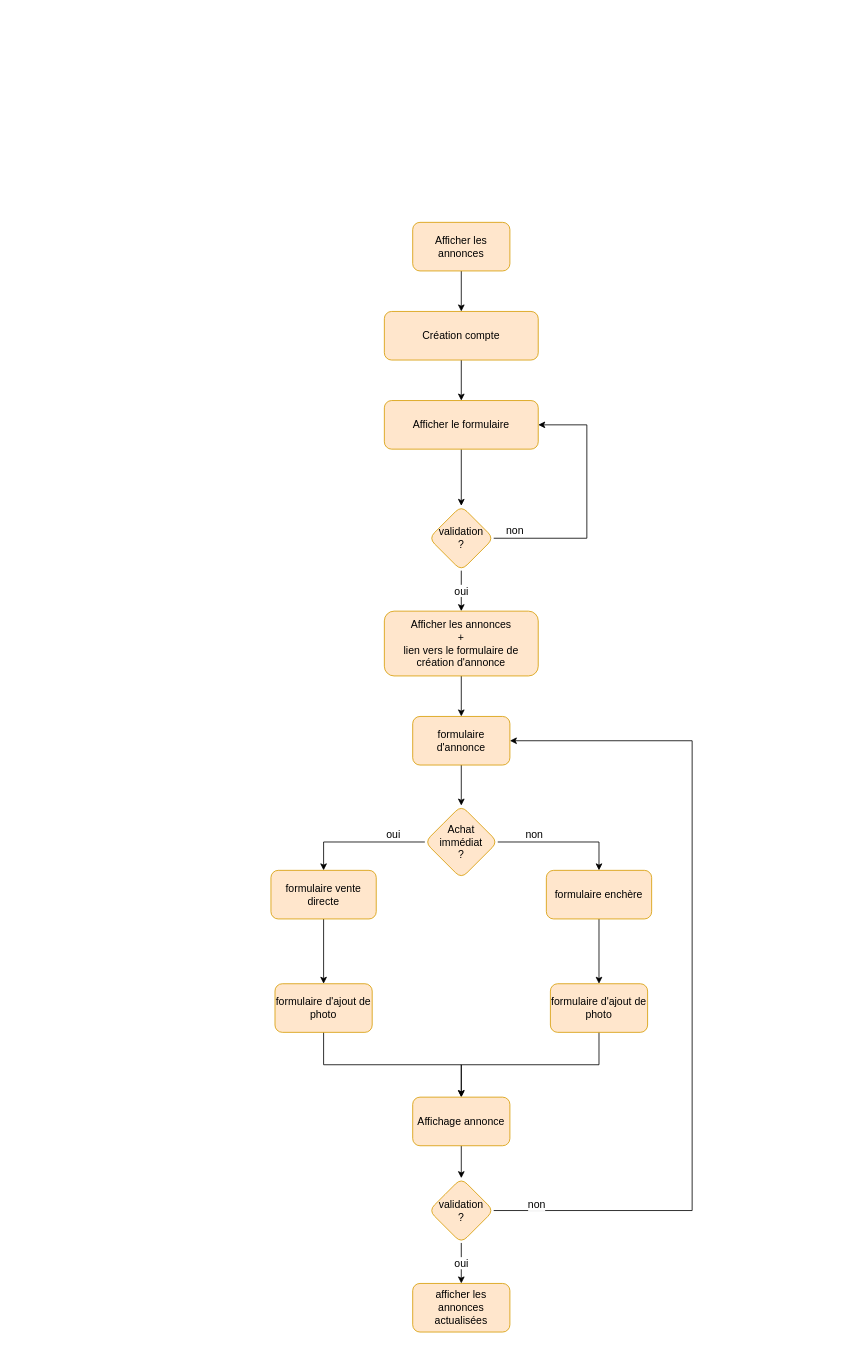
This is page "Use_Case" (3 of 3) of Untitled Diagram.drawio from Spirulineman/Le_meilleur_coin.com, a draw.io file, before an edit. Source tidied: cells renumbered, new cells numbered last; positions are measured from the earlier drawing's top-left corner, leaving out a move shared by most shapes. Both pictures are drawn from the tidied source at 81%, with x=0, y=0 at pixel (271, 222).
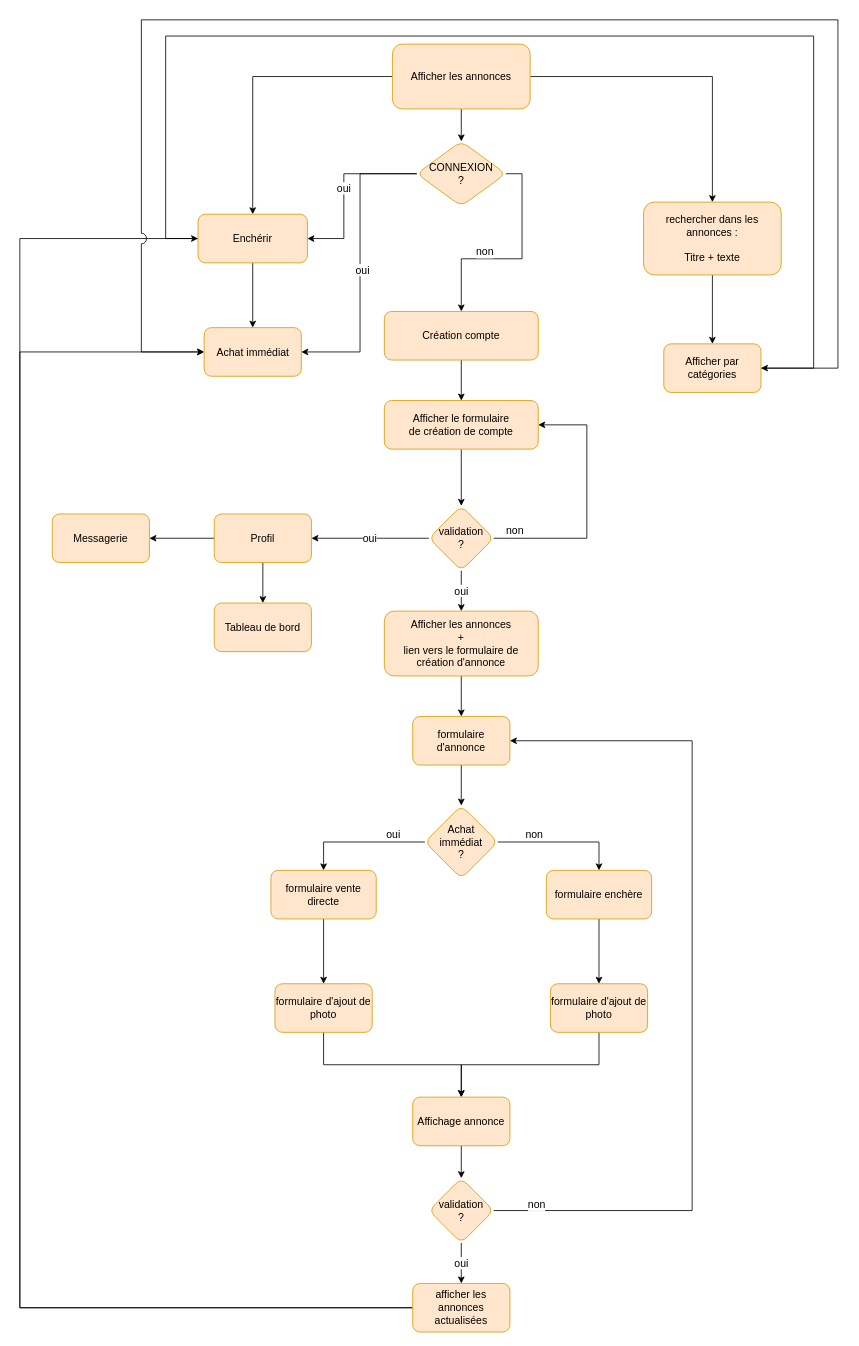
The same page after the edit.

The change refers to these unchanged cells:
```xml
<mxCell id="3" value="Création compte" style="rounded=1;whiteSpace=wrap;html=1;strokeColor=#d79b00;fillColor=#ffe6cc;fontSize=13;align=center;" parent="1" vertex="1">
  <mxGeometry x="140" y="110" width="190" height="60" as="geometry" />
</mxCell>
<mxCell id="9" value="&lt;div&gt;validation&lt;/div&gt;&lt;div&gt;?&lt;br&gt;&lt;/div&gt;" style="rhombus;whiteSpace=wrap;html=1;rounded=1;fontSize=13;strokeColor=#d79b00;fillColor=#ffe6cc;" parent="1" vertex="1">
  <mxGeometry x="195" y="350" width="80" height="80" as="geometry" />
</mxCell>
<mxCell id="35" value="&lt;div&gt;afficher les annonces&lt;/div&gt;&lt;div&gt;actualisées&lt;br&gt;&lt;/div&gt;" style="whiteSpace=wrap;html=1;rounded=1;fontSize=13;strokeColor=#d79b00;fillColor=#ffe6cc;" parent="1" vertex="1">
  <mxGeometry x="175" y="1310" width="120" height="60" as="geometry" />
</mxCell>
```

What changed in the source:
```diff
@@
-    <mxCell id="5" value="Afficher le formulaire" style="whiteSpace=wrap;html=1;rounded=1;fontSize=13;strokeColor=#d79b00;fillColor=#ffe6cc;" parent="1" vertex="1">
+    <mxCell id="5" value="&lt;div&gt;Afficher le formulaire&lt;/div&gt;&lt;div&gt;de création de compte&lt;br&gt;&lt;/div&gt;" style="whiteSpace=wrap;html=1;rounded=1;fontSize=13;strokeColor=#d79b00;fillColor=#ffe6cc;" parent="1" vertex="1">
       <mxGeometry x="140" y="220" width="190" height="60" as="geometry" />
     </mxCell>
@@
+    <mxCell id="36" value="oui" style="edgeStyle=orthogonalEdgeStyle;rounded=0;jumpStyle=arc;jumpSize=13;jettySize=auto;html=1;shadow=0;startArrow=none;startFill=0;endArrow=classic;endFill=1;fontSize=13;" parent="1" edge="1" source="9" target="46">
+      <mxGeometry relative="1" as="geometry" />
+    </mxCell>
@@
-    <mxCell id="12" style="edgeStyle=orthogonalEdgeStyle;rounded=0;jumpStyle=arc;jumpSize=13;jettySize=auto;html=1;exitX=0.5;exitY=1;exitDx=0;exitDy=0;entryX=0.5;entryY=0;entryDx=0;entryDy=0;shadow=0;startArrow=none;startFill=0;endArrow=classic;endFill=1;fontSize=13;" parent="1" edge="1" source="13" target="3">
-      <mxGeometry relative="1" as="geometry" />
-    </mxCell>
+    <mxCell id="37" style="edgeStyle=orthogonalEdgeStyle;rounded=0;jumpStyle=arc;jumpSize=13;jettySize=auto;html=1;shadow=0;startArrow=none;startFill=0;endArrow=classic;endFill=1;fontSize=13;" parent="1" edge="1" source="13" target="51">
+      <mxGeometry relative="1" as="geometry" />
+    </mxCell>
+    <mxCell id="38" style="edgeStyle=orthogonalEdgeStyle;rounded=0;jumpStyle=arc;jumpSize=13;jettySize=auto;html=1;shadow=0;startArrow=none;startFill=0;endArrow=classic;endFill=1;fontSize=13;" parent="1" edge="1" source="13" target="55">
+      <mxGeometry relative="1" as="geometry" />
+    </mxCell>
+    <mxCell id="39" style="edgeStyle=orthogonalEdgeStyle;rounded=0;jumpStyle=arc;jumpSize=13;jettySize=auto;html=1;exitX=1;exitY=0.5;exitDx=0;exitDy=0;entryX=0.5;entryY=0;entryDx=0;entryDy=0;shadow=0;startArrow=none;startFill=0;endArrow=classic;endFill=1;fontSize=13;verticalAlign=bottom;" parent="1" edge="1" source="59" target="3">
+      <mxGeometry relative="1" as="geometry" />
+    </mxCell>
+    <mxCell id="40" value="non" style="edgeLabel;html=1;align=center;verticalAlign=bottom;fontSize=13;" parent="39" vertex="1">
+      <mxGeometry x="0.3" relative="1" as="geometry">
+        <mxPoint y="1" as="offset" />
+      </mxGeometry>
+    </mxCell>
+    <mxCell id="41" style="edgeStyle=orthogonalEdgeStyle;rounded=0;jumpStyle=arc;jumpSize=13;jettySize=auto;html=1;exitX=0.5;exitY=1;exitDx=0;exitDy=0;entryX=0.5;entryY=0;entryDx=0;entryDy=0;shadow=0;startArrow=none;startFill=0;endArrow=classic;endFill=1;fontSize=13;" parent="1" edge="1" source="13" target="59">
+      <mxGeometry relative="1" as="geometry" />
+    </mxCell>
     <mxCell id="13" value="Afficher les annonces" style="whiteSpace=wrap;html=1;rounded=1;fontSize=13;strokeColor=#d79b00;fillColor=#ffe6cc;" parent="1" vertex="1">
-      <mxGeometry x="175" width="120" height="60" as="geometry" />
+      <mxGeometry x="150" y="-220" width="170" height="80" as="geometry" />
     </mxCell>
@@
+    <mxCell id="42" style="edgeStyle=orthogonalEdgeStyle;rounded=0;jumpStyle=arc;jumpSize=13;jettySize=auto;html=1;exitX=0;exitY=0.5;exitDx=0;exitDy=0;entryX=0;entryY=0.5;entryDx=0;entryDy=0;shadow=0;startArrow=none;startFill=0;endArrow=classic;endFill=1;fontSize=13;" parent="1" edge="1" source="35" target="55">
+      <mxGeometry relative="1" as="geometry">
+        <Array as="points">
+          <mxPoint x="-310" y="1340" />
+          <mxPoint x="-310" y="20" />
+        </Array>
+      </mxGeometry>
+    </mxCell>
+    <mxCell id="43" style="edgeStyle=orthogonalEdgeStyle;rounded=0;jumpStyle=arc;jumpSize=13;jettySize=auto;html=1;exitX=0;exitY=0.5;exitDx=0;exitDy=0;entryX=0;entryY=0.5;entryDx=0;entryDy=0;shadow=0;startArrow=none;startFill=0;endArrow=classic;endFill=1;fontSize=13;" parent="1" edge="1" source="35" target="60">
+      <mxGeometry relative="1" as="geometry">
+        <Array as="points">
+          <mxPoint x="-310" y="1340" />
+          <mxPoint x="-310" y="160" />
+        </Array>
+      </mxGeometry>
+    </mxCell>
@@
+    <mxCell id="44" style="edgeStyle=orthogonalEdgeStyle;rounded=0;jumpStyle=arc;jumpSize=13;jettySize=auto;html=1;shadow=0;startArrow=none;startFill=0;endArrow=classic;endFill=1;fontSize=13;" parent="1" edge="1" source="46" target="47">
+      <mxGeometry relative="1" as="geometry" />
+    </mxCell>
+    <mxCell id="45" style="edgeStyle=orthogonalEdgeStyle;rounded=0;jumpStyle=arc;jumpSize=13;jettySize=auto;html=1;shadow=0;startArrow=none;startFill=0;endArrow=classic;endFill=1;fontSize=13;" parent="1" edge="1" source="46" target="48">
+      <mxGeometry relative="1" as="geometry" />
+    </mxCell>
+    <mxCell id="46" value="&lt;div&gt;Profil&lt;br&gt;&lt;/div&gt;" style="whiteSpace=wrap;html=1;rounded=1;fontSize=13;strokeColor=#d79b00;fillColor=#ffe6cc;" parent="1" vertex="1">
+      <mxGeometry x="-70" y="360" width="120" height="60" as="geometry" />
+    </mxCell>
+    <mxCell id="47" value="Tableau de bord" style="whiteSpace=wrap;html=1;rounded=1;fontSize=13;strokeColor=#d79b00;fillColor=#ffe6cc;" parent="1" vertex="1">
+      <mxGeometry x="-70" y="470" width="120" height="60" as="geometry" />
+    </mxCell>
+    <mxCell id="48" value="&lt;div&gt;Messagerie&lt;/div&gt;" style="whiteSpace=wrap;html=1;rounded=1;fontSize=13;strokeColor=#d79b00;fillColor=#ffe6cc;" parent="1" vertex="1">
+      <mxGeometry x="-270" y="360" width="120" height="60" as="geometry" />
+    </mxCell>
+    <mxCell id="49" style="edgeStyle=orthogonalEdgeStyle;rounded=0;jumpStyle=arc;jumpSize=13;jettySize=auto;html=1;shadow=0;startArrow=none;startFill=0;endArrow=classic;endFill=1;fontSize=13;" parent="1" edge="1" source="51" target="52">
+      <mxGeometry relative="1" as="geometry" />
+    </mxCell>
+    <mxCell id="50" style="edgeStyle=orthogonalEdgeStyle;rounded=0;jumpStyle=arc;jumpSize=13;jettySize=auto;html=1;exitX=1;exitY=0.5;exitDx=0;exitDy=0;entryX=0;entryY=0.5;entryDx=0;entryDy=0;shadow=0;startArrow=none;startFill=0;endArrow=classic;endFill=1;fontSize=13;" parent="1" edge="1" source="52" target="60">
+      <mxGeometry relative="1" as="geometry">
+        <Array as="points">
+          <mxPoint x="700" y="180" />
+          <mxPoint x="700" y="-250" />
+          <mxPoint x="-160" y="-250" />
+          <mxPoint x="-160" y="160" />
+        </Array>
+      </mxGeometry>
+    </mxCell>
+    <mxCell id="51" value="&lt;div&gt;rechercher dans les annonces :&lt;/div&gt;&lt;div&gt;&lt;br&gt;&lt;/div&gt;&lt;div&gt;Titre + texte &lt;br&gt;&lt;/div&gt;" style="whiteSpace=wrap;html=1;rounded=1;fontSize=13;strokeColor=#d79b00;fillColor=#ffe6cc;" parent="1" vertex="1">
+      <mxGeometry x="460" y="-25" width="170" height="90" as="geometry" />
+    </mxCell>
+    <mxCell id="52" value="Afficher par catégories" style="whiteSpace=wrap;html=1;rounded=1;fontSize=13;strokeColor=#d79b00;fillColor=#ffe6cc;" parent="1" vertex="1">
+      <mxGeometry x="485" y="150" width="120" height="60" as="geometry" />
+    </mxCell>
+    <mxCell id="53" style="edgeStyle=orthogonalEdgeStyle;rounded=0;jumpStyle=arc;jumpSize=13;jettySize=auto;html=1;shadow=0;startArrow=none;startFill=0;endArrow=classic;endFill=1;fontSize=13;" parent="1" edge="1" source="55" target="60">
+      <mxGeometry relative="1" as="geometry" />
+    </mxCell>
+    <mxCell id="54" style="edgeStyle=orthogonalEdgeStyle;rounded=0;jumpStyle=arc;jumpSize=13;jettySize=auto;html=1;exitX=0;exitY=0.5;exitDx=0;exitDy=0;entryX=1;entryY=0.5;entryDx=0;entryDy=0;shadow=0;startArrow=none;startFill=0;endArrow=classic;endFill=1;fontSize=13;" parent="1" edge="1" source="55" target="52">
+      <mxGeometry relative="1" as="geometry">
+        <Array as="points">
+          <mxPoint x="-130" y="20" />
+          <mxPoint x="-130" y="-230" />
+          <mxPoint x="670" y="-230" />
+          <mxPoint x="670" y="180" />
+        </Array>
+      </mxGeometry>
+    </mxCell>
+    <mxCell id="55" value="Enchérir" style="whiteSpace=wrap;html=1;rounded=1;fontSize=13;strokeColor=#d79b00;fillColor=#ffe6cc;" parent="1" vertex="1">
+      <mxGeometry x="-90" y="-10" width="135" height="60" as="geometry" />
+    </mxCell>
+    <mxCell id="56" value="oui" style="edgeStyle=orthogonalEdgeStyle;rounded=0;jumpStyle=arc;jumpSize=13;jettySize=auto;html=1;exitX=0;exitY=0.5;exitDx=0;exitDy=0;entryX=1;entryY=0.5;entryDx=0;entryDy=0;shadow=0;startArrow=none;startFill=0;endArrow=classic;endFill=1;fontSize=13;" parent="1" edge="1" source="59" target="55">
+      <mxGeometry relative="1" as="geometry">
+        <Array as="points">
+          <mxPoint x="90" y="-60" />
+          <mxPoint x="90" y="20" />
+        </Array>
+      </mxGeometry>
+    </mxCell>
+    <mxCell id="57" style="edgeStyle=orthogonalEdgeStyle;rounded=0;jumpStyle=arc;jumpSize=13;jettySize=auto;html=1;exitX=0;exitY=0.5;exitDx=0;exitDy=0;entryX=1;entryY=0.5;entryDx=0;entryDy=0;shadow=0;startArrow=none;startFill=0;endArrow=classic;endFill=1;fontSize=13;" parent="1" edge="1" source="59" target="60">
+      <mxGeometry relative="1" as="geometry">
+        <Array as="points">
+          <mxPoint x="110" y="-60" />
+          <mxPoint x="110" y="160" />
+        </Array>
+      </mxGeometry>
+    </mxCell>
+    <mxCell id="58" value="oui" style="edgeLabel;html=1;align=center;verticalAlign=middle;fontSize=13;" parent="57" vertex="1">
+      <mxGeometry x="0.03" y="2" relative="1" as="geometry">
+        <mxPoint y="1" as="offset" />
+      </mxGeometry>
+    </mxCell>
+    <mxCell id="59" value="&lt;div&gt;CONNEXION&lt;/div&gt;&lt;div&gt;?&lt;br&gt;&lt;/div&gt;" style="rhombus;whiteSpace=wrap;html=1;rounded=1;fontSize=13;strokeColor=#d79b00;fillColor=#ffe6cc;" parent="1" vertex="1">
+      <mxGeometry x="180" y="-100" width="110" height="80" as="geometry" />
+    </mxCell>
+    <mxCell id="60" value="Achat immédiat" style="whiteSpace=wrap;html=1;rounded=1;fontSize=13;strokeColor=#d79b00;fillColor=#ffe6cc;" parent="1" vertex="1">
+      <mxGeometry x="-82.5" y="130" width="120" height="60" as="geometry" />
+    </mxCell>
```
